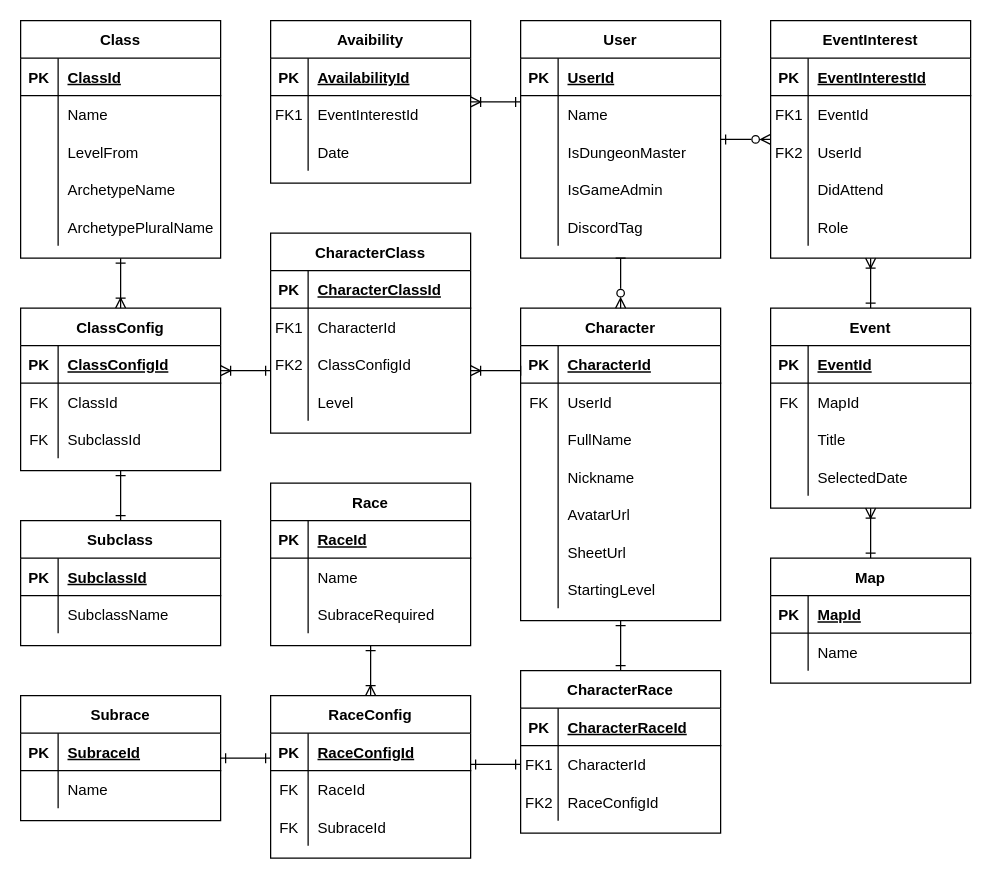
Earlier version of the draw.io diagram Documentation/Entity Relationship Diagram.drawio (Jackclarke95/into-the-west). Source tidied: cells renumbered, new cells numbered last; positions are measured from the earlier drawing's top-left corner, leaving out a move shared by most shapes. Both pictures are drawn from the tidied source at 125%, with x=0, y=0 at pixel (20, 20).
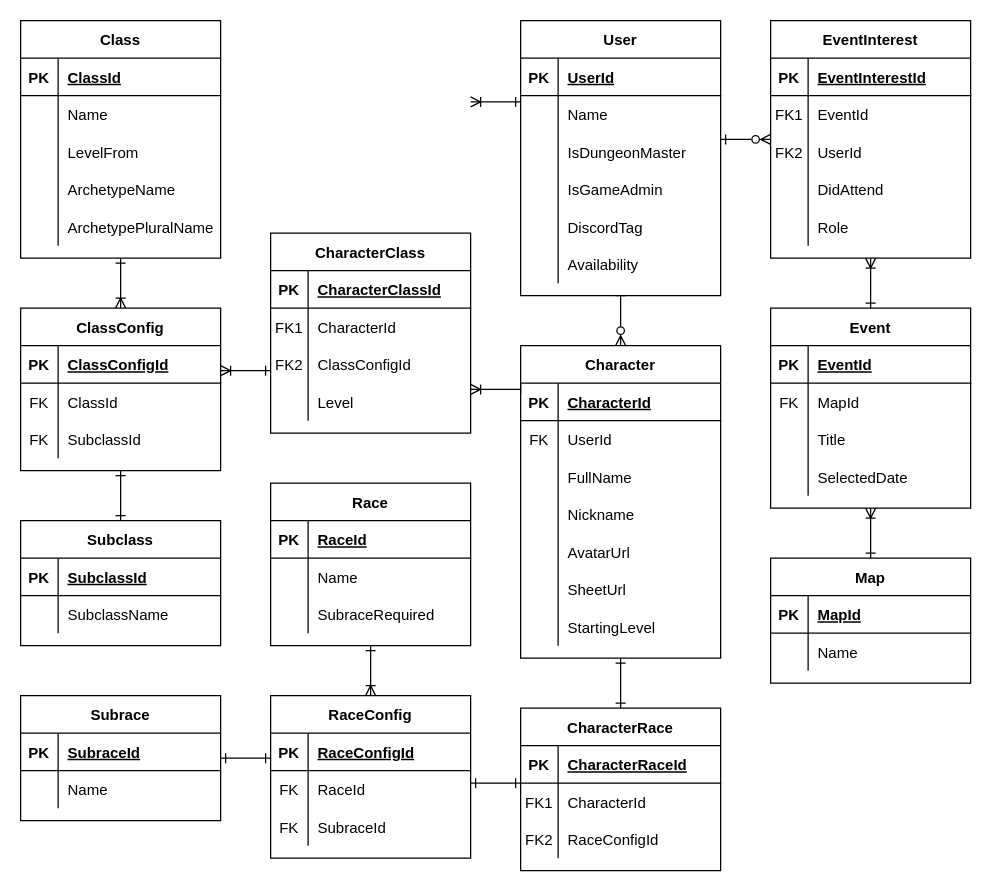
Above is the later version.

Change to the diagram source:
```diff
@@
     <mxCell id="3" value="Character" style="shape=table;startSize=30;childLayout=tableLayout;rowLines=0;fontStyle=1;align=center;strokeColor=default;" parent="1" vertex="1">
-      <mxGeometry x="400" y="230" width="160" height="250" as="geometry" />
+      <mxGeometry x="400" y="260" width="160" height="250" as="geometry" />
     </mxCell>
@@
-    <mxCell id="39" style="edgeStyle=elbowEdgeStyle;rounded=0;jettySize=auto;elbow=vertical;html=1;startArrow=ERone;startFill=0;endArrow=ERoneToMany;endFill=0;jumpStyle=arc;" parent="1" edge="1" source="68" target="56">
-      <mxGeometry relative="1" as="geometry" />
+    <mxCell id="39" style="edgeStyle=elbowEdgeStyle;rounded=0;jettySize=auto;elbow=vertical;html=1;startArrow=ERone;startFill=0;endArrow=ERoneToMany;endFill=0;jumpStyle=arc;" parent="1" edge="1" source="68">
+      <mxGeometry relative="1" as="geometry">
+        <mxPoint x="360" y="65" as="targetPoint" />
+      </mxGeometry>
     </mxCell>
@@
-    <mxCell id="56" value="Avaibility" style="shape=table;startSize=30;childLayout=tableLayout;rowLines=0;fontStyle=1;align=center;strokeColor=default;" parent="1" vertex="1">
-      <mxGeometry x="200" width="160" height="130" as="geometry" />
-    </mxCell>
-    <mxCell id="57" style="shape=tableRow;horizontal=0;startSize=0;swimlaneHead=0;swimlaneBody=0;fillColor=none;top=0;left=0;right=0;bottom=1;strokeColor=default;" parent="56" vertex="1">
-      <mxGeometry y="30" width="160" height="30" as="geometry" />
-    </mxCell>
-    <mxCell id="58" value="PK" style="shape=partialRectangle;fillColor=none;top=0;left=0;bottom=0;right=0;fontStyle=1;overflow=hidden;strokeColor=default;" parent="57" vertex="1">
-      <mxGeometry width="30" height="30" as="geometry" />
-    </mxCell>
-    <mxCell id="59" value="AvailabilityId" style="shape=partialRectangle;fillColor=none;top=0;left=0;bottom=0;right=0;align=left;spacingLeft=6;fontStyle=5;overflow=hidden;strokeColor=default;" parent="57" vertex="1">
-      <mxGeometry x="30" width="130" height="30" as="geometry" />
-    </mxCell>
-    <mxCell id="60" style="shape=tableRow;horizontal=0;startSize=0;swimlaneHead=0;swimlaneBody=0;fillColor=none;top=0;left=0;right=0;bottom=0;strokeColor=default;" parent="56" vertex="1">
-      <mxGeometry y="60" width="160" height="30" as="geometry" />
-    </mxCell>
-    <mxCell id="61" value="FK1" style="shape=partialRectangle;fillColor=none;top=0;left=0;bottom=0;right=0;fontStyle=0;overflow=hidden;strokeColor=default;" parent="60" vertex="1">
-      <mxGeometry width="30" height="30" as="geometry" />
-    </mxCell>
-    <mxCell id="62" value="EventInterestId" style="shape=partialRectangle;fillColor=none;top=0;left=0;bottom=0;right=0;align=left;spacingLeft=6;fontStyle=0;overflow=hidden;strokeColor=default;" parent="60" vertex="1">
-      <mxGeometry x="30" width="130" height="30" as="geometry" />
-    </mxCell>
-    <mxCell id="63" style="shape=tableRow;horizontal=0;startSize=0;swimlaneHead=0;swimlaneBody=0;fillColor=none;top=0;left=0;right=0;bottom=0;strokeColor=default;" parent="56" vertex="1">
-      <mxGeometry y="90" width="160" height="30" as="geometry" />
-    </mxCell>
-    <mxCell id="64" style="shape=partialRectangle;fillColor=none;top=0;left=0;bottom=0;right=0;overflow=hidden;strokeColor=default;" parent="63" vertex="1">
-      <mxGeometry width="30" height="30" as="geometry" />
-    </mxCell>
-    <mxCell id="65" value="Date" style="shape=partialRectangle;fillColor=none;top=0;left=0;bottom=0;right=0;align=left;spacingLeft=6;overflow=hidden;strokeColor=default;" parent="63" vertex="1">
-      <mxGeometry x="30" width="130" height="30" as="geometry" />
-    </mxCell>
@@
     <mxCell id="68" value="User" style="shape=table;startSize=30;childLayout=tableLayout;rowLines=0;fontStyle=1;align=center;strokeColor=default;" parent="1" vertex="1">
-      <mxGeometry x="400" width="160" height="190" as="geometry" />
+      <mxGeometry x="400" width="160" height="220" as="geometry" />
     </mxCell>
@@
+    <mxCell id="183" style="shape=tableRow;horizontal=0;startSize=0;swimlaneHead=0;swimlaneBody=0;fillColor=none;top=0;left=0;right=0;bottom=0;" parent="68" vertex="1">
+      <mxGeometry y="180" width="160" height="30" as="geometry" />
+    </mxCell>
+    <mxCell id="184" style="shape=partialRectangle;fillColor=none;top=0;left=0;bottom=0;right=0;overflow=hidden;" parent="183" vertex="1">
+      <mxGeometry width="30" height="30" as="geometry" />
+    </mxCell>
+    <mxCell id="185" value="Availability" style="shape=partialRectangle;fillColor=none;top=0;left=0;bottom=0;right=0;align=left;spacingLeft=6;overflow=hidden;" parent="183" vertex="1">
+      <mxGeometry x="30" width="130" height="30" as="geometry" />
+    </mxCell>
@@
-    <mxCell id="146" style="edgeStyle=elbowEdgeStyle;curved=1;orthogonalLoop=1;jettySize=auto;elbow=vertical;html=1;exitX=0.75;exitY=0;exitDx=0;exitDy=0;startArrow=ERone;startFill=0;endArrow=ERzeroToMany;endFill=0;" parent="1" edge="1" source="56" target="56">
-      <mxGeometry relative="1" as="geometry" />
+    <mxCell id="146" style="edgeStyle=elbowEdgeStyle;curved=1;orthogonalLoop=1;jettySize=auto;elbow=vertical;html=1;exitX=0.75;exitY=0;exitDx=0;exitDy=0;startArrow=ERone;startFill=0;endArrow=ERzeroToMany;endFill=0;" parent="1" edge="1">
+      <mxGeometry relative="1" as="geometry">
+        <mxPoint x="320" as="sourcePoint" />
+        <mxPoint x="320" as="targetPoint" />
+      </mxGeometry>
     </mxCell>
@@
     <mxCell id="149" value="CharacterRace" style="shape=table;startSize=30;childLayout=tableLayout;rowLines=0;fontStyle=1;align=center;strokeColor=default;" parent="1" vertex="1">
-      <mxGeometry x="400" y="520" width="160" height="130" as="geometry" />
+      <mxGeometry x="400" y="550" width="160" height="130" as="geometry" />
     </mxCell>
```
